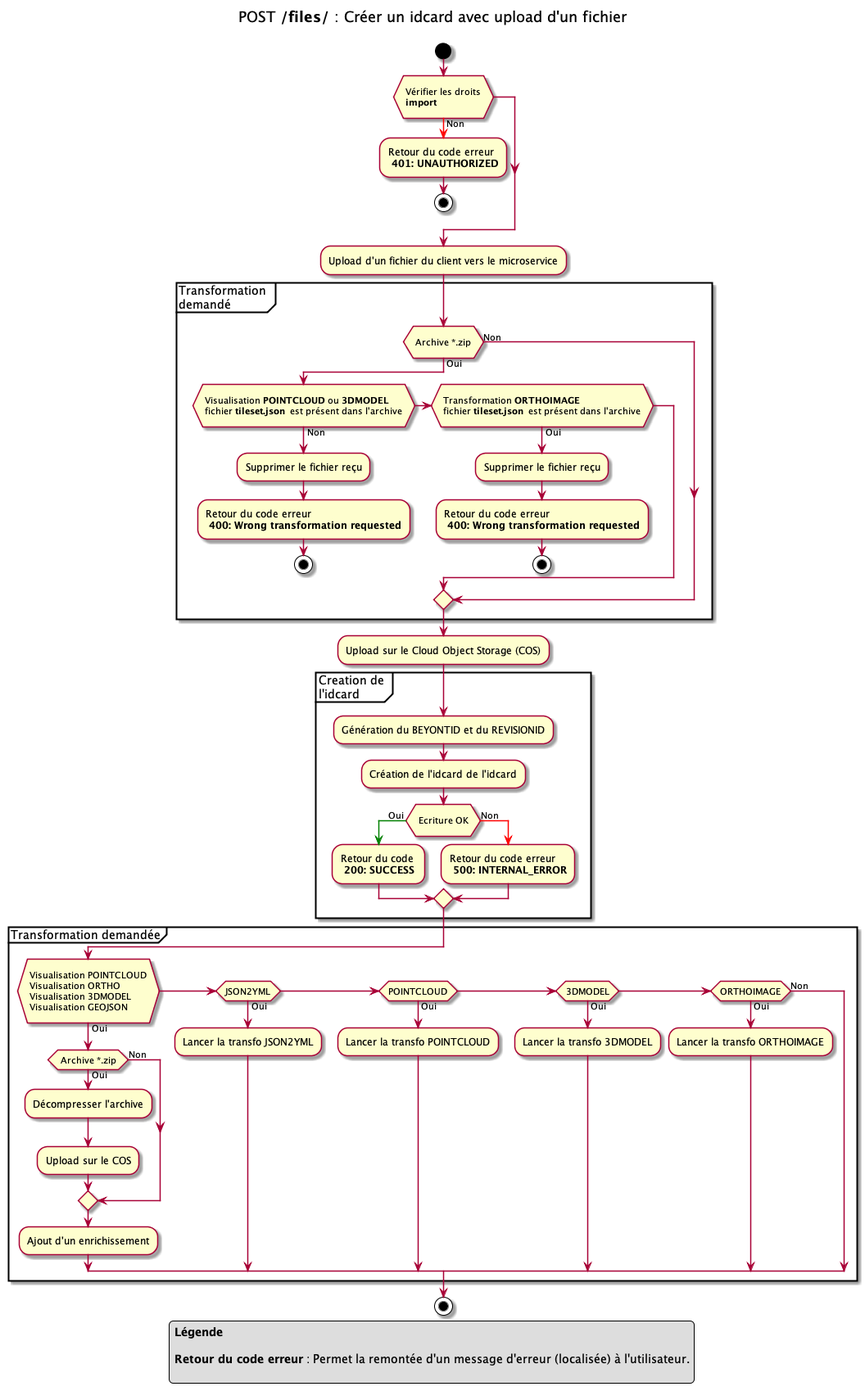
cogirep/documentation keeps this PlantUML diagram as 01.byd-DataFactory/1.ArchitectureDossier/images/idcard_create_upload.png. Above is the earlier version. The source it was exported from:
```plantuml
@startuml

title
POST **/files/** : Créer un idcard avec upload d'un fichier

end title

start
if ( \n Vérifier les droits \n **import** \n)
    -[#red]-> Non ;
    -Retour du code erreur \n **401: UNAUTHORIZED**
    stop
endif

-Upload d'un fichier du client vers le microservice

partition "Transformation \ndemandé" {
    if ( \n Archive *.zip \n ) then (Oui)
        if ( \n Visualisation **POINTCLOUD** ou **3DMODEL** \n fichier **tileset.json**  est présent dans l'archive \n ) then (Non)
            -Supprimer le fichier reçu
            -Retour du code erreur \n **400: Wrong transformation requested**
            stop
        elseif ( \n Transformation **ORTHOIMAGE** \n fichier **tileset.json**  est présent dans l'archive \n ) then (Oui)
            -Supprimer le fichier reçu
            -Retour du code erreur \n **400: Wrong transformation requested**
            stop
        endif
    else (Non)
    endif
}

-Upload sur le Cloud Object Storage (COS)

partition "Creation de \nl'idcard" {
    -Génération du BEYONTID et du REVISIONID
    -Création de l'idcard de l'idcard
    if ( \n Ecriture OK \n )
        -[#green]-> Oui ;
        -Retour du code \n **200: SUCCESS**
    else
        -[#red]-> Non ;
        -Retour du code erreur \n **500: INTERNAL_ERROR**
    endif
}

partition "Transformation demandée" {
    if ( \n Visualisation POINTCLOUD \n Visualisation ORTHO \n Visualisation 3DMODEL \n Visualisation GEOJSON \n ) then (Oui)
        if ( Archive *.zip ) then (Oui)
            -Décompresser l'archive
            -Upload sur le COS
        else (Non)
        endif
        -Ajout d'un enrichissement
    elseif (JSON2YML) then (Oui)
        -Lancer la transfo JSON2YML
    elseif (POINTCLOUD) then (Oui)
        -Lancer la transfo POINTCLOUD
    elseif (3DMODEL) then (Oui)
        -Lancer la transfo 3DMODEL
    elseif (ORTHOIMAGE) then (Oui)
        -Lancer la transfo ORTHOIMAGE
    else (Non)
    endif
}
stop

legend
**Légende**

**Retour du code erreur** : Permet la remontée d'un message d'erreur (localisée) à l'utilisateur.

endlegend

@enduml
```
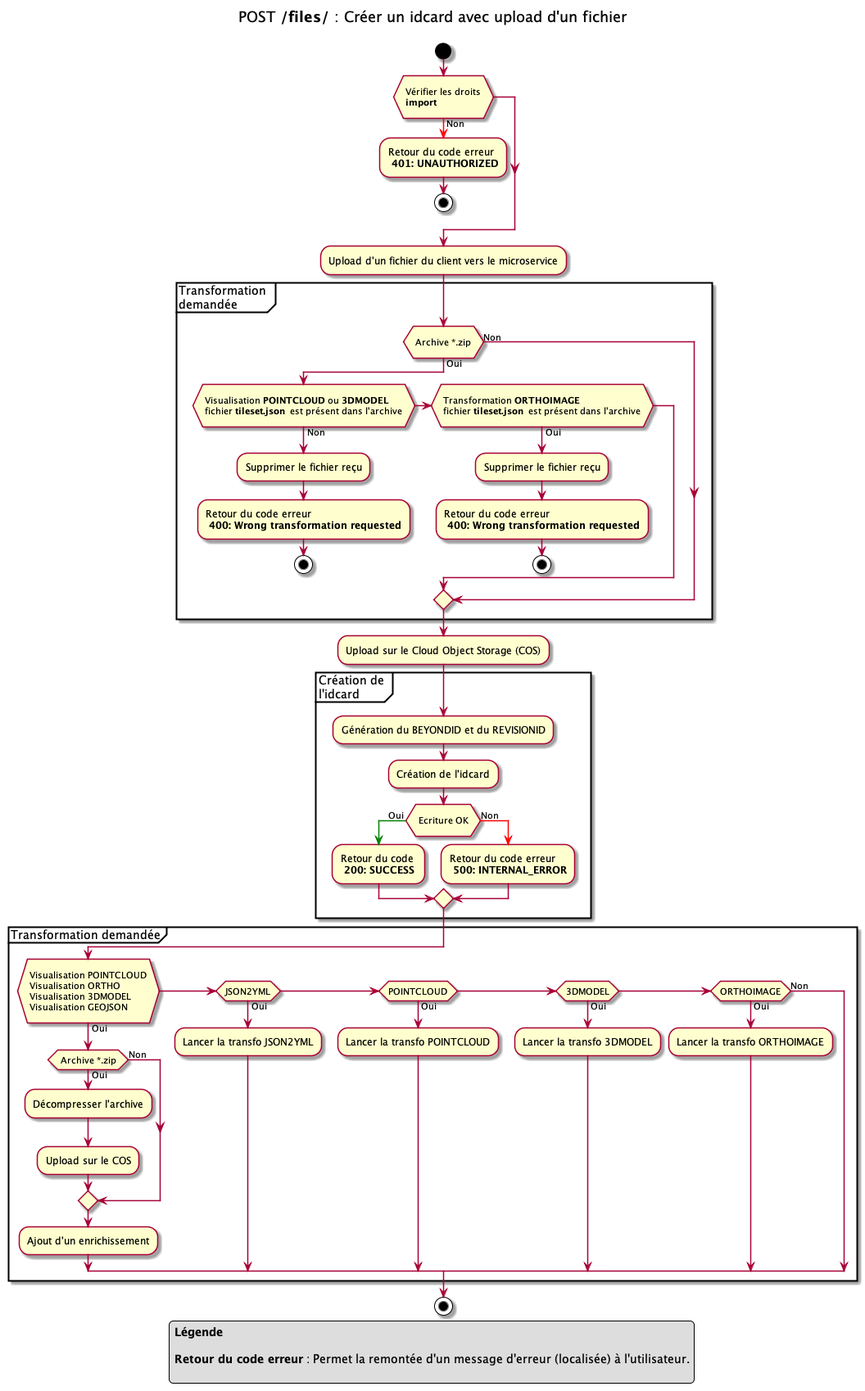
Above is the later version.

The edit, as a diff of the source:
```diff
@@ -14,7 +14,7 @@
 
 -Upload d'un fichier du client vers le microservice
 
-partition "Transformation \ndemandé" {
+partition "Transformation \ndemandée" {
     if ( \n Archive *.zip \n ) then (Oui)
         if ( \n Visualisation **POINTCLOUD** ou **3DMODEL** \n fichier **tileset.json**  est présent dans l'archive \n ) then (Non)
             -Supprimer le fichier reçu
@@ -31,9 +31,9 @@
 
 -Upload sur le Cloud Object Storage (COS)
 
-partition "Creation de \nl'idcard" {
-    -Génération du BEYONTID et du REVISIONID
-    -Création de l'idcard de l'idcard
+partition "Création de \nl'idcard" {
+    -Génération du BEYONDID et du REVISIONID
+    -Création de l'idcard
     if ( \n Ecriture OK \n )
         -[#green]-> Oui ;
         -Retour du code \n **200: SUCCESS**
```
